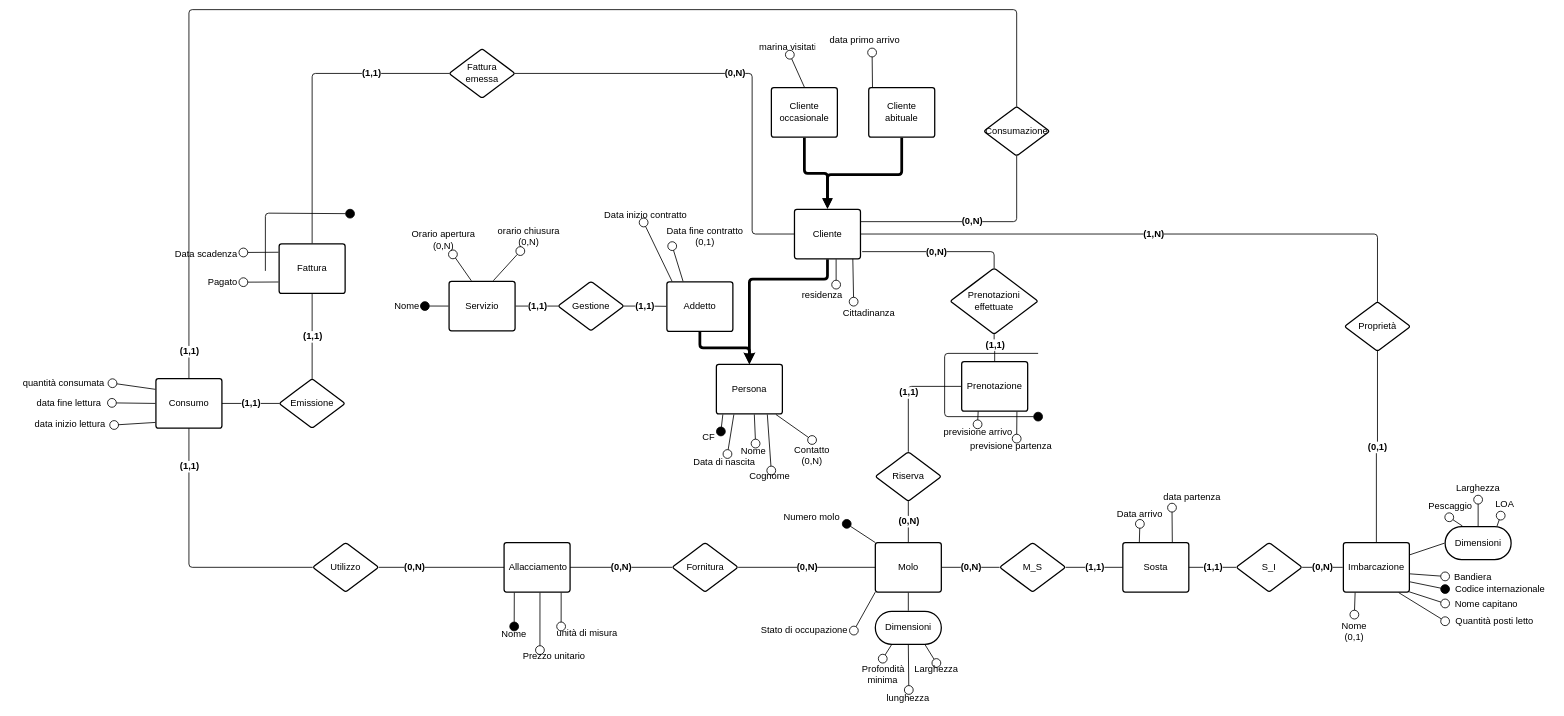
Above: page "Concettuale ridotto" (4 of 4) of src_relazione_tex/Er.drawio in alessandro-massarenti/Progetto-basi-di-dati-2022 (draw.io), before the change. Source tidied: cells renumbered, new cells numbered last; positions are measured from the earlier drawing's top-left corner, leaving out a move shared by most shapes. Both pictures are drawn from the tidied source at 55%, with x=0, y=0 at pixel (15, 9).
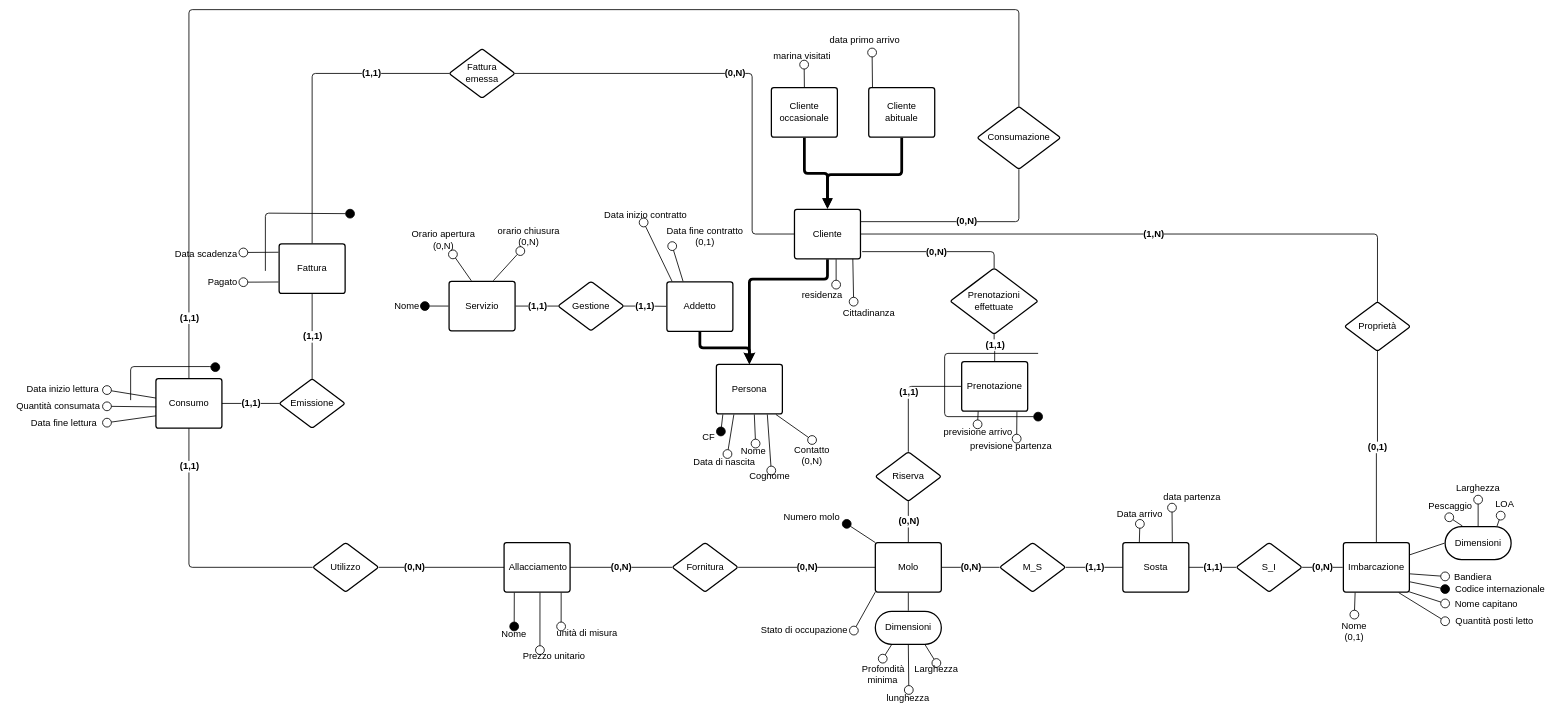
Above is the later version.

Unchanged cells that the change refers to:
```xml
<mxCell id="127" value="Consumo" style="html=1;overflow=block;blockSpacing=1;whiteSpace=wrap;fontSize=17;fontColor=#000000;spacing=9;strokeColor=#000000;strokeOpacity=100;rounded=1;absoluteArcSize=1;arcSize=9;strokeWidth=2.3;fillColor=none;" parent="1" vertex="1">
  <mxGeometry x="256" y="671" width="120" height="90" as="geometry" />
</mxCell>
```

The edit, as a diff of the source:
```diff
@@
-    <mxCell id="6" value="marina visitati" style="html=1;overflow=block;blockSpacing=1;whiteSpace=wrap;fontSize=17;fontColor=#000000;spacing=0;fillColor=#ffffff;strokeWidth=1.5;strokeColor=none;" parent="1" vertex="1">
-      <mxGeometry x="1349" y="53" width="112" height="29" as="geometry" />
+    <mxCell id="6" value="marina visitati" style="html=1;overflow=block;blockSpacing=1;whiteSpace=wrap;fontSize=17;fontColor=#000000;spacing=0;fillColor=none;strokeWidth=1.5;strokeColor=none;" parent="1" vertex="1">
+      <mxGeometry x="1375" y="71" width="112" height="29" as="geometry" />
     </mxCell>
@@
-    <mxCell id="12" value="data inizio lettura" style="html=1;overflow=block;blockSpacing=1;whiteSpace=wrap;fontSize=17;fontColor=#000000;spacing=0;fillColor=none;strokeWidth=1.5;strokeColor=none;" parent="1" vertex="1">
-      <mxGeometry x="20" y="740" width="160" height="27" as="geometry" />
+    <mxCell id="12" value="Data inizio lettura" style="html=1;overflow=block;blockSpacing=1;whiteSpace=wrap;fontSize=17;fontColor=#000000;spacing=0;fillColor=none;strokeWidth=1.5;strokeColor=none;" parent="1" vertex="1">
+      <mxGeometry x="7" y="676.5" width="160" height="27" as="geometry" />
     </mxCell>
@@
-    <mxCell id="19" value="quantità consumata" style="html=1;overflow=block;blockSpacing=1;whiteSpace=wrap;fontSize=17;fontColor=#000000;spacing=0;fillColor=none;strokeWidth=1.5;strokeColor=none;" parent="1" vertex="1">
-      <mxGeometry y="665" width="177" height="27" as="geometry" />
+    <mxCell id="19" value="Quantità consumata" style="html=1;overflow=block;blockSpacing=1;whiteSpace=wrap;fontSize=17;fontColor=#000000;spacing=0;fillColor=none;strokeWidth=1.5;strokeColor=none;" parent="1" vertex="1">
+      <mxGeometry x="-10" y="707" width="177" height="27" as="geometry" />
     </mxCell>
@@
-    <mxCell id="21" value="data primo arrivo" style="html=1;overflow=block;blockSpacing=1;whiteSpace=wrap;fontSize=17;fontColor=#000000;spacing=0;fillColor=#ffffff;strokeWidth=1.5;strokeColor=none;" parent="1" vertex="1">
+    <mxCell id="21" value="data primo arrivo" style="html=1;overflow=block;blockSpacing=1;whiteSpace=wrap;fontSize=17;fontColor=#000000;spacing=0;fillColor=none;strokeWidth=1.5;strokeColor=none;" parent="1" vertex="1">
       <mxGeometry x="1455" y="33" width="180" height="45" as="geometry" />
     </mxCell>
@@
-    <mxCell id="23" value="data fine lettura" style="html=1;overflow=block;blockSpacing=1;whiteSpace=wrap;fontSize=17;fontColor=#000000;spacing=0;fillColor=none;strokeWidth=1.5;strokeColor=none;" parent="1" vertex="1">
-      <mxGeometry x="20" y="705" width="156" height="20" as="geometry" />
+    <mxCell id="23" value="Data fine lettura" style="html=1;overflow=block;blockSpacing=1;whiteSpace=wrap;fontSize=17;fontColor=#000000;spacing=0;fillColor=none;strokeWidth=1.5;strokeColor=none;" parent="1" vertex="1">
+      <mxGeometry x="11" y="741" width="156" height="20" as="geometry" />
     </mxCell>
@@
-    <mxCell id="128" style="html=1;jettySize=18;whiteSpace=wrap;fontSize=17;strokeColor=#000000;strokeWidth=1.5;rounded=1;arcSize=12;startArrow=none;endArrow=oval;endFill=0;endSize=16;exitX=-0.009;exitY=0.884;exitPerimeter=0;entryX=1;entryY=0.564;entryPerimeter=0;" parent="1" edge="1" source="127" target="12">
+    <mxCell id="128" style="html=1;jettySize=18;whiteSpace=wrap;fontSize=17;strokeColor=#000000;strokeWidth=1.5;rounded=1;arcSize=12;startArrow=none;endArrow=oval;endFill=0;endSize=16;entryX=1;entryY=0.564;entryPerimeter=0;" parent="1" edge="1" source="127" target="12">
       <mxGeometry relative="1" as="geometry" />
     </mxCell>
-    <mxCell id="129" style="html=1;jettySize=18;whiteSpace=wrap;fontSize=17;strokeColor=#000000;strokeWidth=1.5;rounded=1;arcSize=12;startArrow=none;endArrow=oval;endFill=0;endSize=16;exitX=-0.009;exitY=0.5;exitPerimeter=0;entryX=1;entryY=0.5;entryPerimeter=0;" parent="1" edge="1" source="127" target="23">
+    <mxCell id="129" style="html=1;jettySize=18;whiteSpace=wrap;fontSize=17;strokeColor=#000000;strokeWidth=1.5;rounded=1;arcSize=12;startArrow=none;endArrow=oval;endFill=0;endSize=16;exitX=0;exitY=0.75;entryX=1;entryY=0.5;entryPerimeter=0;exitDx=0;exitDy=0;" parent="1" edge="1" source="127" target="23">
       <mxGeometry relative="1" as="geometry" />
     </mxCell>
-    <mxCell id="130" style="html=1;jettySize=18;whiteSpace=wrap;fontSize=17;strokeColor=#000000;strokeWidth=1.5;rounded=1;arcSize=12;startArrow=none;endArrow=oval;endFill=0;endSize=16;exitX=-0.009;exitY=0.215;exitPerimeter=0;entryX=1;entryY=0.528;entryPerimeter=0;" parent="1" edge="1" source="127" target="19">
+    <mxCell id="130" style="html=1;jettySize=18;whiteSpace=wrap;fontSize=17;strokeColor=#000000;strokeWidth=1.5;rounded=1;arcSize=12;startArrow=none;endArrow=oval;endFill=0;endSize=16;exitX=0.004;exitY=0.57;exitPerimeter=0;entryX=1;entryY=0.528;entryPerimeter=0;exitDx=0;exitDy=0;" parent="1" edge="1" source="127" target="19">
       <mxGeometry relative="1" as="geometry" />
     </mxCell>
     <mxCell id="131" value="Consumazione" style="html=1;overflow=block;blockSpacing=1;whiteSpace=wrap;rhombus;fontSize=17;fontColor=#000000;spacing=3.8;strokeColor=#000000;strokeOpacity=100;rounded=1;absoluteArcSize=1;arcSize=9;strokeWidth=2.3;" parent="1" vertex="1">
-      <mxGeometry x="1761" y="176" width="120" height="90" as="geometry" />
+      <mxGeometry x="1749" y="176" width="152" height="114" as="geometry" />
     </mxCell>
@@
     <mxCell id="134" style="html=1;jettySize=18;whiteSpace=wrap;fontSize=17;fontColor=#000000;fontStyle=1;strokeColor=#000000;strokeWidth=1.5;rounded=1;arcSize=12;edgeStyle=orthogonalEdgeStyle;startArrow=none;endArrow=none;exitX=0.5;exitY=0.004;exitPerimeter=0;entryX=0.5;entryY=0;entryDx=0;entryDy=0;" parent="1" edge="1" source="131" target="127">
       <mxGeometry relative="1" as="geometry">
         <Array as="points">
-          <mxPoint x="1821" />
+          <mxPoint x="1825" />
           <mxPoint x="316" />
         </Array>
       </mxGeometry>
     </mxCell>
     <mxCell id="135" value="(1,1)" style="text;html=1;labelBackgroundColor=default;align=center;verticalAlign=middle;fontStyle=1;fontColor=#000000;fontSize=17;" parent="134" vertex="1">
       <mxGeometry relative="1" as="geometry">
-        <mxPoint x="-505" y="621" as="offset" />
+        <mxPoint x="-507" y="560" as="offset" />
       </mxGeometry>
     </mxCell>
@@
+    <mxCell id="158" style="html=1;jettySize=18;whiteSpace=wrap;fontSize=17;strokeColor=#000000;strokeWidth=1.5;rounded=1;arcSize=12;edgeStyle=orthogonalEdgeStyle;startArrow=none;endArrow=oval;endFill=1;endSize=16;" parent="1" edge="1">
+      <mxGeometry relative="1" as="geometry">
+        <mxPoint x="210" y="710" as="sourcePoint" />
+        <mxPoint x="364" y="650" as="targetPoint" />
+        <Array as="points">
+          <mxPoint x="210" y="649" />
+          <mxPoint x="360" y="649" />
+        </Array>
+      </mxGeometry>
+    </mxCell>
```
